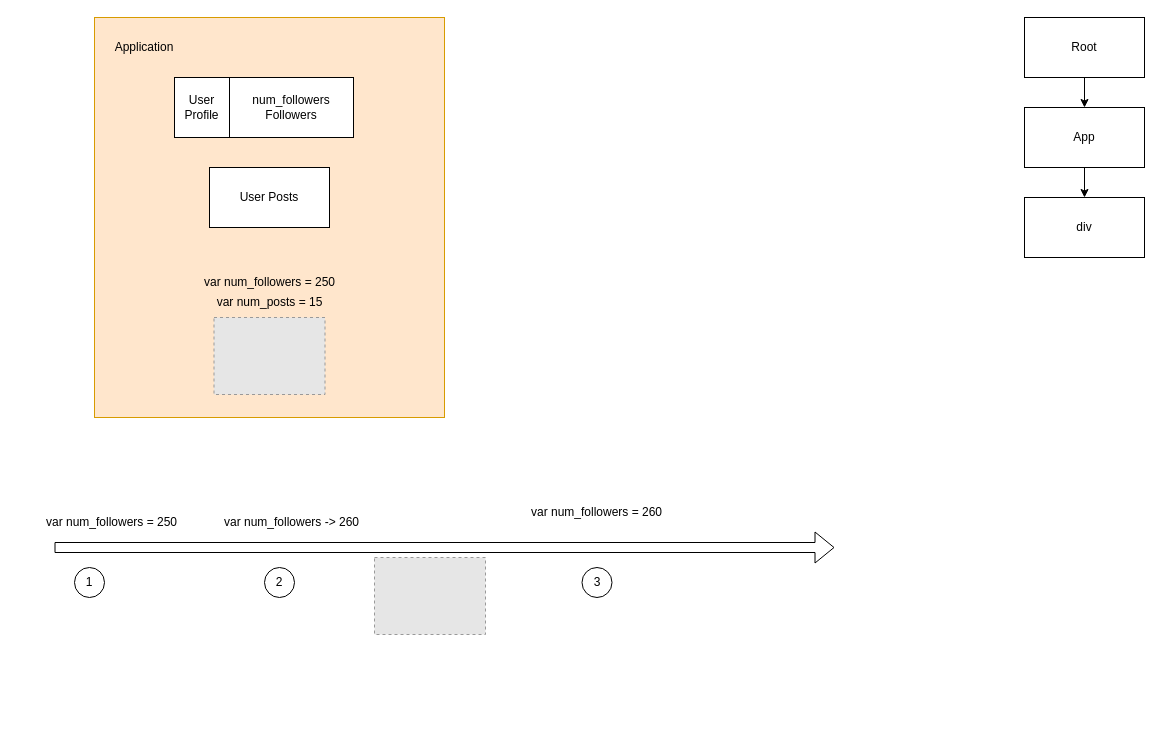
This is lesson-05/intro-to-react.drawio from SadraDan/Becoming-a-Programmer, a draw.io file, before an edit. Source tidied: cells renumbered, new cells numbered last; positions are measured from the earlier drawing's top-left corner, leaving out a move shared by most shapes. Both pictures are drawn from the tidied source at 100%, with x=0, y=0 at pixel (39, 17). Pictures stored in the file or linked from it are replaced by grey dashed boxes.
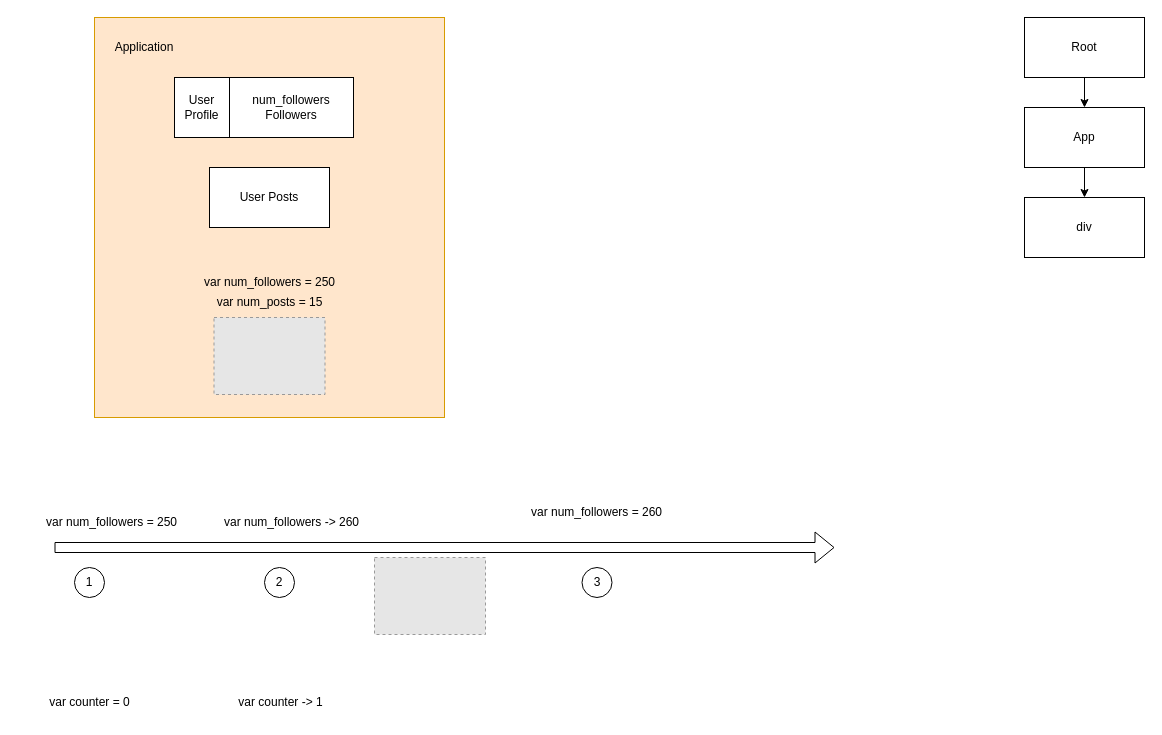
After the change.

Commit message:
Add intro to reactjs

What changed in the source:
```diff
@@
+    <mxCell id="23" value="var counter = 0" style="text;html=1;strokeColor=none;fillColor=none;align=center;verticalAlign=middle;whiteSpace=wrap;rounded=0;" parent="1" vertex="1">
+      <mxGeometry x="-22.5" y="670" width="145" height="30" as="geometry" />
+    </mxCell>
+    <mxCell id="24" value="var counter -&amp;gt; 1" style="text;html=1;strokeColor=none;fillColor=none;align=center;verticalAlign=middle;whiteSpace=wrap;rounded=0;" parent="1" vertex="1">
+      <mxGeometry x="169" y="670" width="145" height="30" as="geometry" />
+    </mxCell>
```
